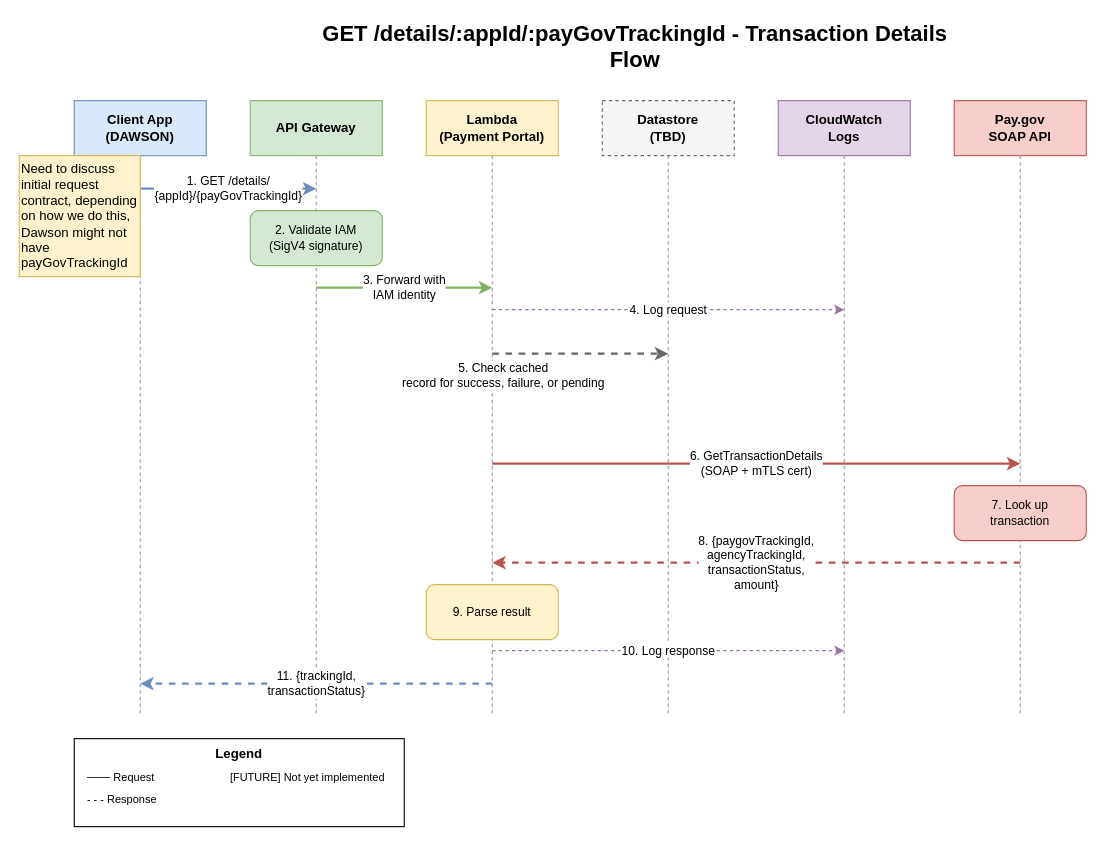
Before: docs/diagrams/get-details-flow.drawio in ustaxcourt/ustc-payment-portal, a draw.io diagram. Source tidied: cells renumbered, new cells numbered last; positions are measured from the earlier drawing's top-left corner, leaving out a move shared by most shapes. Both pictures are drawn from the tidied source at 110%, with x=0, y=0 at pixel (19, 23).
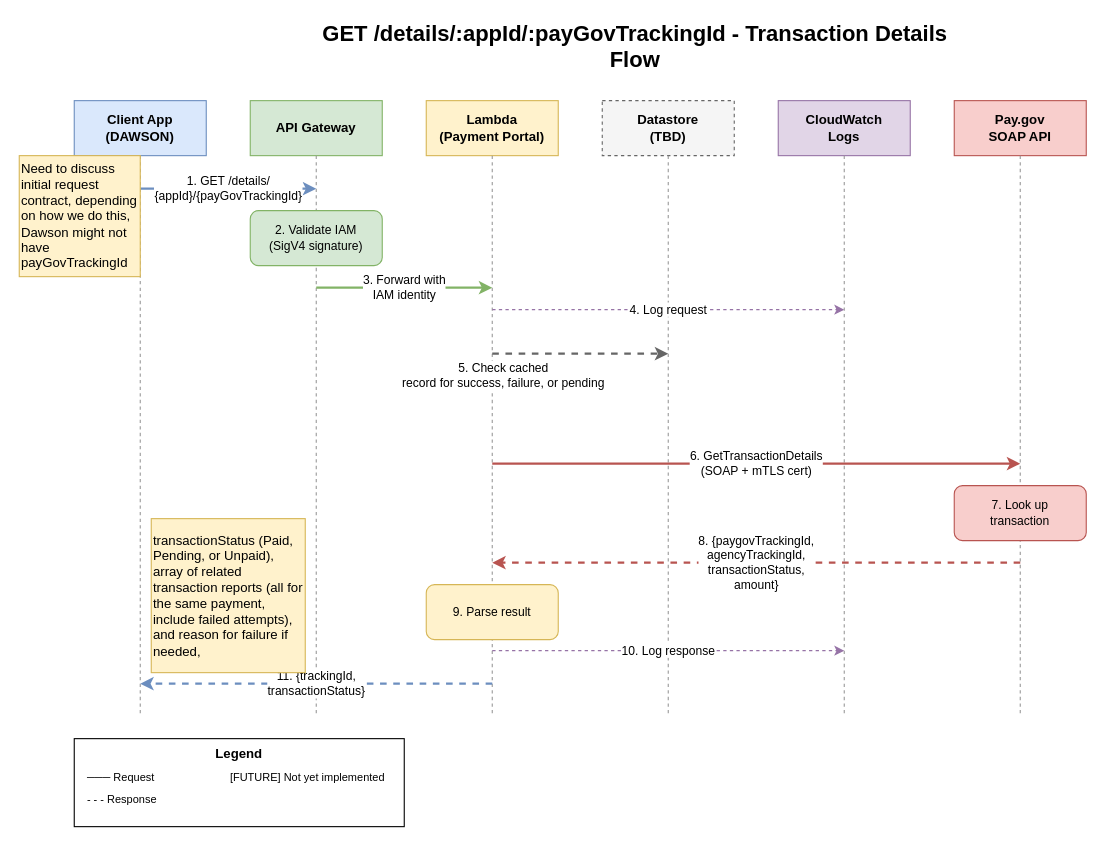
The same diagram, later.

Commit message:
getDetails diagram notes for how we want the response to look

Diff of the diagram source:
```diff
@@
+    <mxCell id="31" value="transactionStatus (Paid, Pending, or Unpaid), array of related transaction reports (all for the same payment, include failed attempts), and reason for failure if needed," style="whiteSpace=wrap;html=1;align=left;fillColor=#fff2cc;strokeColor=#d6b656;" parent="1" vertex="1">
+      <mxGeometry x="120" y="450" width="140" height="140" as="geometry" />
+    </mxCell>
```
